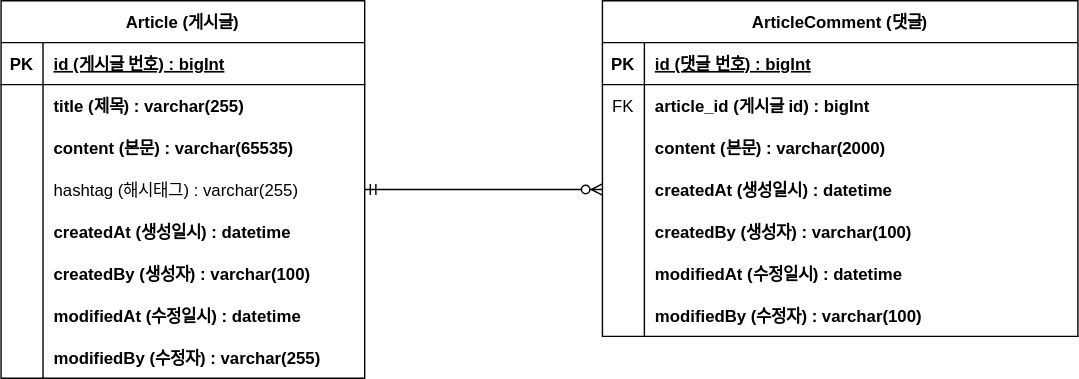
Earlier version of the draw.io export document/board-project-erd.svg (dudwns6503/springBoot-BoardProject). Source tidied: cells renumbered, new cells last; positions are measured from the earlier drawing's top-left corner, leaving out a move shared by most shapes.
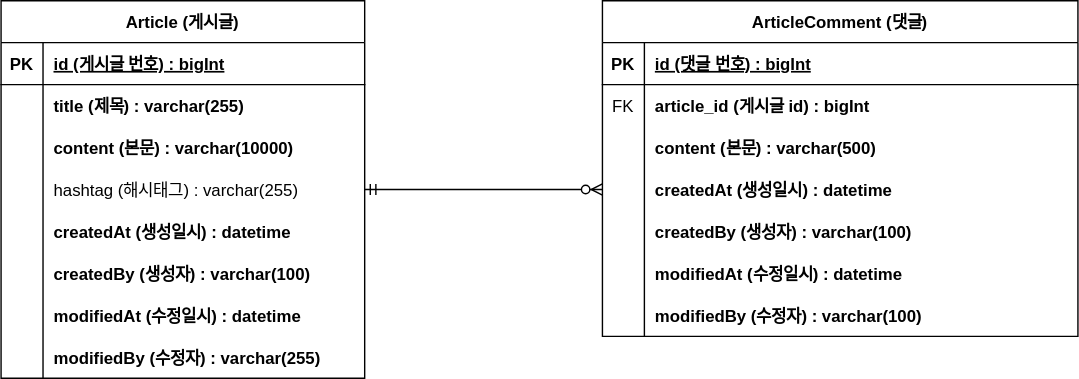
The same diagram one commit later.

Commit message:
#10 - ERD 업데이트: content 크기 변경

What changed in the source:
```diff
@@ -29,7 +29,7 @@
     <mxCell id="10" style="shape=partialRectangle;fillColor=none;top=0;left=0;bottom=0;right=0;overflow=hidden;" parent="9" vertex="1">
       <mxGeometry width="30" height="30" as="geometry" />
     </mxCell>
-    <mxCell id="11" value="content (본문) : varchar(65535)" style="shape=partialRectangle;fillColor=none;top=0;left=0;bottom=0;right=0;align=left;spacingLeft=6;overflow=hidden;fontStyle=1;" parent="9" vertex="1">
+    <mxCell id="11" value="content (본문) : varchar(10000)" style="shape=partialRectangle;fillColor=none;top=0;left=0;bottom=0;right=0;align=left;spacingLeft=6;overflow=hidden;fontStyle=1;" parent="9" vertex="1">
       <mxGeometry x="30" width="230" height="30" as="geometry" />
     </mxCell>
     <mxCell id="12" style="shape=tableRow;horizontal=0;startSize=0;swimlaneHead=0;swimlaneBody=0;fillColor=none;points=[[0,0.5],[1,0.5]];portConstraint=eastwest;top=0;left=0;right=0;bottom=0;" parent="2" vertex="1">
@@ -104,7 +104,7 @@
     <mxCell id="35" style="shape=partialRectangle;fillColor=none;top=0;left=0;bottom=0;right=0;overflow=hidden;" parent="34" vertex="1">
       <mxGeometry width="30" height="30" as="geometry" />
     </mxCell>
-    <mxCell id="36" value="content (본문) : varchar(2000)" style="shape=partialRectangle;fillColor=none;top=0;left=0;bottom=0;right=0;align=left;spacingLeft=6;overflow=hidden;fontStyle=1;" parent="34" vertex="1">
+    <mxCell id="36" value="content (본문) : varchar(500)" style="shape=partialRectangle;fillColor=none;top=0;left=0;bottom=0;right=0;align=left;spacingLeft=6;overflow=hidden;fontStyle=1;" parent="34" vertex="1">
       <mxGeometry x="30" width="310" height="30" as="geometry" />
     </mxCell>
     <mxCell id="37" style="shape=tableRow;horizontal=0;startSize=0;swimlaneHead=0;swimlaneBody=0;fillColor=none;points=[[0,0.5],[1,0.5]];portConstraint=eastwest;top=0;left=0;right=0;bottom=0;" parent="27" vertex="1">
```
